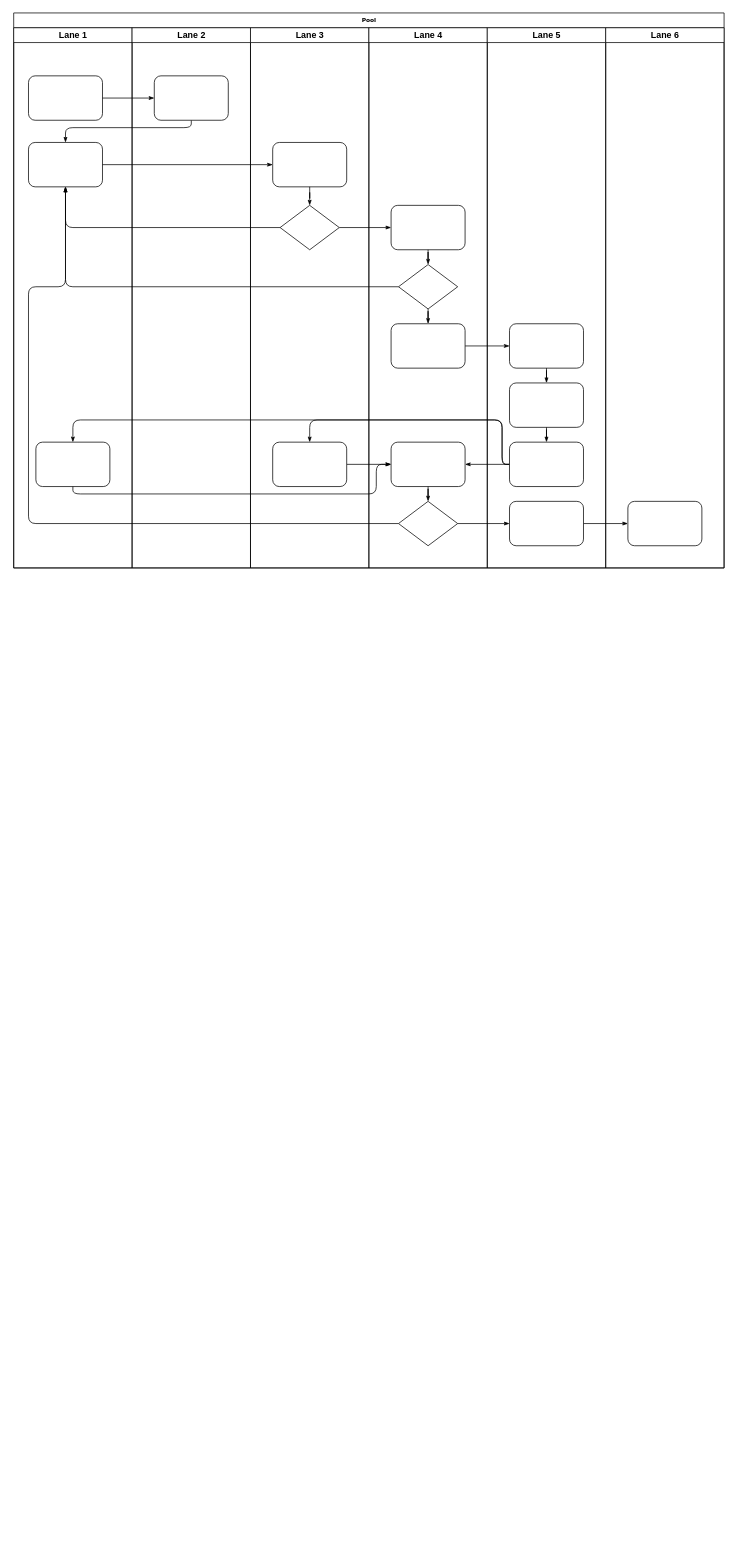
The draw.io diagram logo/ERL_API.drawio in akuma761/LLM-RAG-GPT-project, before the edit. Source tidied: cells renumbered, new cells numbered last; positions are measured from the earlier drawing's top-left corner, leaving out a move shared by most shapes. Both pictures are drawn from the tidied source at 74%, with x=0, y=0 at pixel (13, 13).
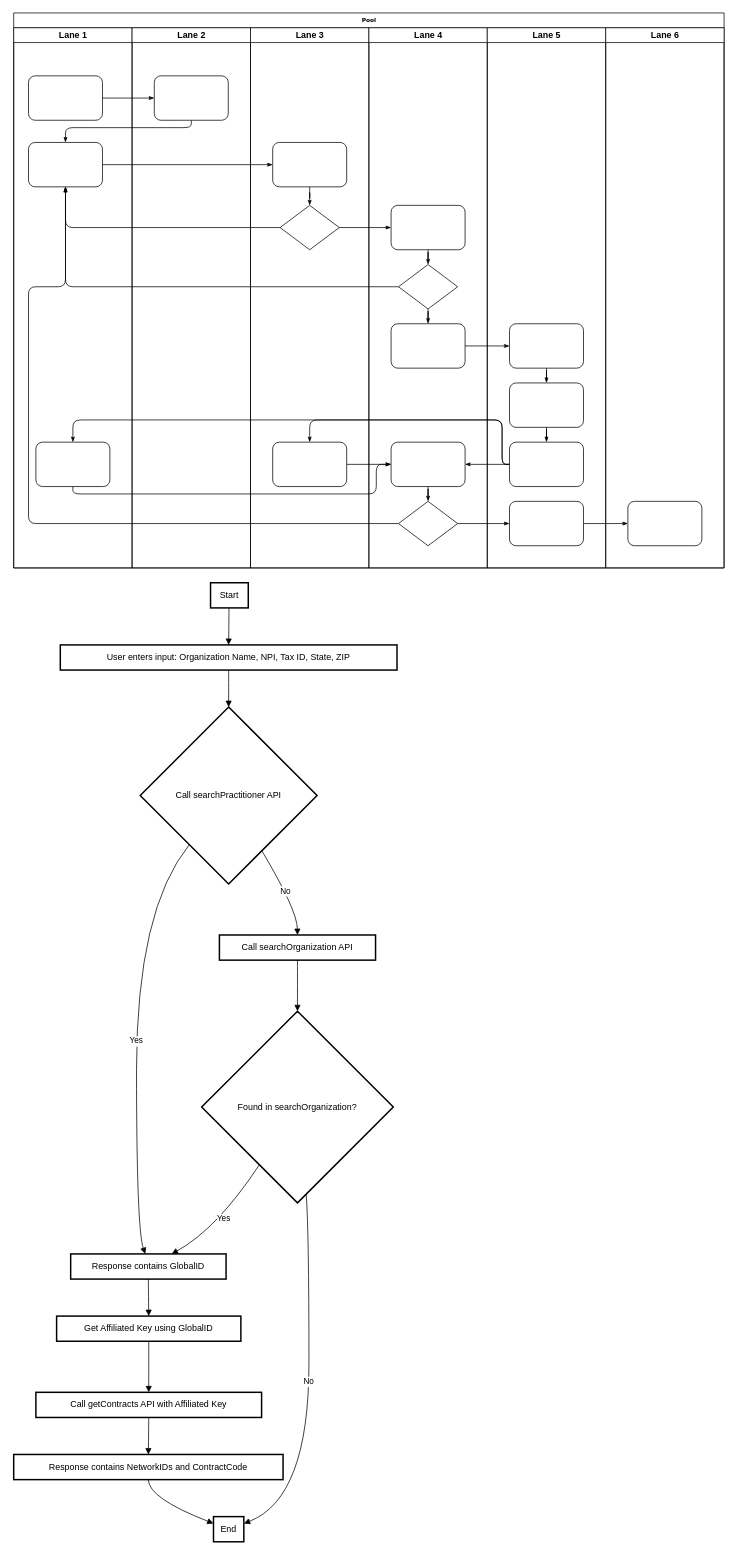
The same diagram, later.

Diff of the diagram source:
```diff
@@
+    <mxCell id="47" value="Start" style="whiteSpace=wrap;strokeWidth=2;" parent="1" vertex="1">
+      <mxGeometry x="266" y="770" width="51" height="34" as="geometry" />
+    </mxCell>
+    <mxCell id="48" value="User enters input: Organization Name, NPI, Tax ID, State, ZIP" style="whiteSpace=wrap;strokeWidth=2;" parent="1" vertex="1">
+      <mxGeometry x="63" y="854" width="455" height="34" as="geometry" />
+    </mxCell>
+    <mxCell id="49" value="Call searchPractitioner API" style="rhombus;strokeWidth=2;whiteSpace=wrap;" parent="1" vertex="1">
+      <mxGeometry x="171" y="938" width="239" height="239" as="geometry" />
+    </mxCell>
+    <mxCell id="50" value="Response contains GlobalID" style="whiteSpace=wrap;strokeWidth=2;" parent="1" vertex="1">
+      <mxGeometry x="77" y="1677" width="210" height="34" as="geometry" />
+    </mxCell>
+    <mxCell id="51" value="Call searchOrganization API" style="whiteSpace=wrap;strokeWidth=2;" parent="1" vertex="1">
+      <mxGeometry x="278" y="1246" width="211" height="34" as="geometry" />
+    </mxCell>
+    <mxCell id="52" value="Found in searchOrganization?" style="rhombus;strokeWidth=2;whiteSpace=wrap;" parent="1" vertex="1">
+      <mxGeometry x="254" y="1349" width="259" height="259" as="geometry" />
+    </mxCell>
+    <mxCell id="53" value="End" style="whiteSpace=wrap;strokeWidth=2;" parent="1" vertex="1">
+      <mxGeometry x="270" y="2032" width="41" height="34" as="geometry" />
+    </mxCell>
+    <mxCell id="54" value="Get Affiliated Key using GlobalID" style="whiteSpace=wrap;strokeWidth=2;" parent="1" vertex="1">
+      <mxGeometry x="58" y="1761" width="249" height="34" as="geometry" />
+    </mxCell>
+    <mxCell id="55" value="Call getContracts API with Affiliated Key" style="whiteSpace=wrap;strokeWidth=2;" parent="1" vertex="1">
+      <mxGeometry x="30" y="1864" width="305" height="34" as="geometry" />
+    </mxCell>
+    <mxCell id="56" value="Response contains NetworkIDs and ContractCode" style="whiteSpace=wrap;strokeWidth=2;" parent="1" vertex="1">
+      <mxGeometry y="1948" width="364" height="34" as="geometry" />
+    </mxCell>
+    <mxCell id="57" style="curved=1;startArrow=none;endArrow=block;exitX=0.49;exitY=1;entryX=0.5;entryY=0;rounded=0;" parent="1" edge="1" source="47" target="48">
+      <mxGeometry relative="1" as="geometry" />
+    </mxCell>
+    <mxCell id="58" style="curved=1;startArrow=none;endArrow=block;exitX=0.5;exitY=1;entryX=0.5;entryY=0;rounded=0;" parent="1" edge="1" source="48" target="49">
+      <mxGeometry relative="1" as="geometry" />
+    </mxCell>
+    <mxCell id="59" value="Yes" style="curved=1;startArrow=none;endArrow=block;exitX=0.1;exitY=1;entryX=0.48;entryY=0;rounded=0;" parent="1" edge="1" source="49" target="50">
+      <mxGeometry relative="1" as="geometry">
+        <Array as="points">
+          <mxPoint x="166" y="1212" />
+          <mxPoint x="166" y="1643" />
+        </Array>
+      </mxGeometry>
+    </mxCell>
+    <mxCell id="60" value="No" style="curved=1;startArrow=none;endArrow=block;exitX=0.8;exitY=1;entryX=0.5;entryY=0.01;rounded=0;" parent="1" edge="1" source="49" target="51">
+      <mxGeometry relative="1" as="geometry">
+        <Array as="points">
+          <mxPoint x="383" y="1212" />
+        </Array>
+      </mxGeometry>
+    </mxCell>
+    <mxCell id="61" style="curved=1;startArrow=none;endArrow=block;exitX=0.5;exitY=1.01;entryX=0.5;entryY=0;rounded=0;" parent="1" edge="1" source="51" target="52">
+      <mxGeometry relative="1" as="geometry" />
+    </mxCell>
+    <mxCell id="62" value="Yes" style="curved=1;startArrow=none;endArrow=block;exitX=0.17;exitY=1;entryX=0.65;entryY=0;rounded=0;" parent="1" edge="1" source="52" target="50">
+      <mxGeometry relative="1" as="geometry">
+        <Array as="points">
+          <mxPoint x="275" y="1643" />
+        </Array>
+      </mxGeometry>
+    </mxCell>
+    <mxCell id="63" value="No" style="curved=1;startArrow=none;endArrow=block;exitX=0.55;exitY=1;entryX=1.01;entryY=0.27;rounded=0;" parent="1" edge="1" source="52" target="53">
+      <mxGeometry relative="1" as="geometry">
+        <Array as="points">
+          <mxPoint x="399" y="1643" />
+          <mxPoint x="399" y="2007" />
+        </Array>
+      </mxGeometry>
+    </mxCell>
+    <mxCell id="64" style="curved=1;startArrow=none;endArrow=block;exitX=0.5;exitY=1;entryX=0.5;entryY=0;rounded=0;" parent="1" edge="1" source="50" target="54">
+      <mxGeometry relative="1" as="geometry" />
+    </mxCell>
+    <mxCell id="65" style="curved=1;startArrow=none;endArrow=block;exitX=0.5;exitY=1;entryX=0.5;entryY=0;rounded=0;" parent="1" edge="1" source="54" target="55">
+      <mxGeometry relative="1" as="geometry" />
+    </mxCell>
+    <mxCell id="66" style="curved=1;startArrow=none;endArrow=block;exitX=0.5;exitY=1;entryX=0.5;entryY=0;rounded=0;" parent="1" edge="1" source="55" target="56">
+      <mxGeometry relative="1" as="geometry" />
+    </mxCell>
+    <mxCell id="67" style="curved=1;startArrow=none;endArrow=block;exitX=0.5;exitY=1;entryX=0;entryY=0.27;rounded=0;" parent="1" edge="1" source="56" target="53">
+      <mxGeometry relative="1" as="geometry">
+        <Array as="points">
+          <mxPoint x="182" y="2007" />
+        </Array>
+      </mxGeometry>
+    </mxCell>
```
